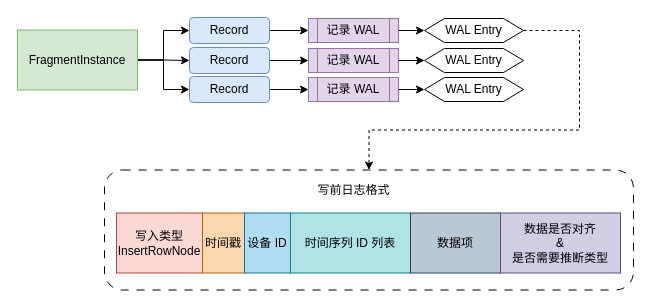
This is 设计图/原有WAL格式.drawio from THUMarkLau/thuthesis, a draw.io file, before an edit. Source tidied: cells renumbered, new cells numbered last; positions are measured from the earlier drawing's top-left corner, leaving out a move shared by most shapes. Both pictures are drawn from the tidied source at 100%, with x=0, y=0 at pixel (17, 17).
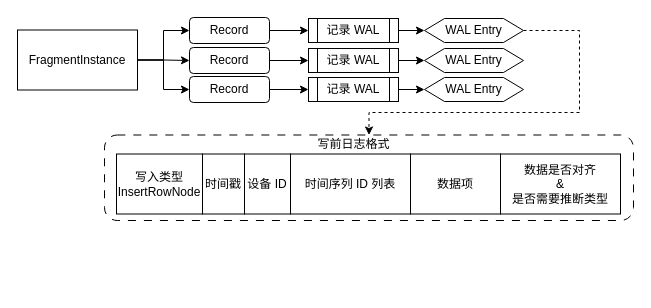
Above is the later version.

Unchanged cells that the change refers to:
```xml
<mxCell id="17" value="WAL Entry" style="shape=hexagon;perimeter=hexagonPerimeter2;whiteSpace=wrap;html=1;fixedSize=1;" parent="1" vertex="1">
  <mxGeometry x="407" y="1" width="99" height="24" as="geometry" />
</mxCell>
```

What changed in the source:
```diff
@@
     <mxCell id="2" style="rounded=1;whiteSpace=wrap;html=1;fillColor=none;dashed=1;dashPattern=8 8;" parent="1" vertex="1">
-      <mxGeometry x="87" y="152.5" width="529" height="120" as="geometry" />
+      <mxGeometry x="87" y="117.5" width="529" height="85.5" as="geometry" />
     </mxCell>
@@
-    <mxCell id="6" value="FragmentInstance" style="rounded=0;whiteSpace=wrap;html=1;fillColor=#d5e8d4;strokeColor=#82b366;" parent="1" vertex="1">
+    <mxCell id="6" value="FragmentInstance" style="rounded=0;whiteSpace=wrap;html=1;fillColor=none;strokeColor=#000000;" parent="1" vertex="1">
       <mxGeometry y="12.5" width="120" height="60" as="geometry" />
     </mxCell>
@@
-    <mxCell id="8" value="Record" style="rounded=1;whiteSpace=wrap;html=1;fillColor=#dae8fc;strokeColor=#6c8ebf;" parent="1" vertex="1">
+    <mxCell id="8" value="Record" style="rounded=1;whiteSpace=wrap;html=1;fillColor=none;strokeColor=#000000;" parent="1" vertex="1">
       <mxGeometry x="172" width="80" height="26" as="geometry" />
     </mxCell>
@@
-    <mxCell id="10" value="Record" style="rounded=1;whiteSpace=wrap;html=1;fillColor=#dae8fc;strokeColor=#6c8ebf;" parent="1" vertex="1">
+    <mxCell id="10" value="Record" style="rounded=1;whiteSpace=wrap;html=1;fillColor=none;strokeColor=#000000;" parent="1" vertex="1">
       <mxGeometry x="172" y="30" width="80" height="26" as="geometry" />
     </mxCell>
@@
-    <mxCell id="12" value="Record" style="rounded=1;whiteSpace=wrap;html=1;fillColor=#dae8fc;strokeColor=#6c8ebf;" parent="1" vertex="1">
+    <mxCell id="12" value="Record" style="rounded=1;whiteSpace=wrap;html=1;fillColor=none;strokeColor=#000000;gradientColor=default;" parent="1" vertex="1">
       <mxGeometry x="172" y="59" width="80" height="26" as="geometry" />
     </mxCell>
-    <mxCell id="13" value="记录 WAL" style="shape=process;whiteSpace=wrap;html=1;backgroundOutline=1;fillColor=#e1d5e7;strokeColor=#9673a6;" parent="1" vertex="1">
+    <mxCell id="13" value="记录 WAL" style="shape=process;whiteSpace=wrap;html=1;backgroundOutline=1;fillColor=none;strokeColor=#000000;" parent="1" vertex="1">
       <mxGeometry x="291" y="1" width="90" height="24" as="geometry" />
     </mxCell>
-    <mxCell id="14" value="记录 WAL" style="shape=process;whiteSpace=wrap;html=1;backgroundOutline=1;fillColor=#e1d5e7;strokeColor=#9673a6;" parent="1" vertex="1">
+    <mxCell id="14" value="记录 WAL" style="shape=process;whiteSpace=wrap;html=1;backgroundOutline=1;fillColor=none;strokeColor=#000000;" parent="1" vertex="1">
       <mxGeometry x="291" y="31" width="90" height="24" as="geometry" />
     </mxCell>
-    <mxCell id="15" value="记录 WAL" style="shape=process;whiteSpace=wrap;html=1;backgroundOutline=1;fillColor=#e1d5e7;strokeColor=#9673a6;" parent="1" vertex="1">
+    <mxCell id="15" value="记录 WAL" style="shape=process;whiteSpace=wrap;html=1;backgroundOutline=1;fillColor=none;strokeColor=#000000;" parent="1" vertex="1">
       <mxGeometry x="291" y="60" width="90" height="24" as="geometry" />
     </mxCell>
     <mxCell id="16" style="edgeStyle=orthogonalEdgeStyle;rounded=0;jettySize=auto;html=1;entryX=0.5;entryY=0;entryDx=0;entryDy=0;dashed=1;" parent="1" edge="1" source="17" target="2">
       <mxGeometry relative="1" as="geometry">
         <Array as="points">
-          <mxPoint x="562" y="13.5" />
-          <mxPoint x="562" y="112.5" />
-          <mxPoint x="352" y="112.5" />
+          <mxPoint x="562" y="13" />
+          <mxPoint x="562" y="95" />
+          <mxPoint x="352" y="95" />
         </Array>
       </mxGeometry>
     </mxCell>
@@
-    <mxCell id="23" value="写入类型&lt;br&gt;InsertRowNode" style="rounded=0;whiteSpace=wrap;html=1;fillColor=#fad9d5;strokeColor=#ae4132;" parent="1" vertex="1">
-      <mxGeometry x="99" y="195.5" width="86" height="60" as="geometry" />
+    <mxCell id="23" value="写入类型&lt;br&gt;InsertRowNode" style="rounded=0;whiteSpace=wrap;html=1;fillColor=none;strokeColor=#000000;" parent="1" vertex="1">
+      <mxGeometry x="99" y="136.5" width="86" height="60" as="geometry" />
     </mxCell>
-    <mxCell id="24" value="时间戳" style="rounded=0;whiteSpace=wrap;html=1;fillColor=#fad7ac;strokeColor=#b46504;" parent="1" vertex="1">
-      <mxGeometry x="185" y="195.5" width="42" height="60" as="geometry" />
+    <mxCell id="24" value="时间戳" style="rounded=0;whiteSpace=wrap;html=1;fillColor=none;strokeColor=#000000;" parent="1" vertex="1">
+      <mxGeometry x="185" y="136.5" width="42" height="60" as="geometry" />
     </mxCell>
-    <mxCell id="25" value="设备 ID" style="rounded=0;whiteSpace=wrap;html=1;fillColor=#b1ddf0;strokeColor=#10739e;" parent="1" vertex="1">
-      <mxGeometry x="227" y="195.5" width="46" height="60" as="geometry" />
+    <mxCell id="25" value="设备 ID" style="rounded=0;whiteSpace=wrap;html=1;fillColor=none;strokeColor=#000000;" parent="1" vertex="1">
+      <mxGeometry x="227" y="136.5" width="46" height="60" as="geometry" />
     </mxCell>
-    <mxCell id="26" value="时间序列 ID 列表" style="rounded=0;whiteSpace=wrap;html=1;fillColor=#b0e3e6;strokeColor=#0e8088;" parent="1" vertex="1">
-      <mxGeometry x="273" y="195.5" width="120" height="60" as="geometry" />
+    <mxCell id="26" value="时间序列 ID 列表" style="rounded=0;whiteSpace=wrap;html=1;fillColor=none;strokeColor=#000000;" parent="1" vertex="1">
+      <mxGeometry x="273" y="136.5" width="120" height="60" as="geometry" />
     </mxCell>
-    <mxCell id="27" value="数据项" style="rounded=0;whiteSpace=wrap;html=1;fillColor=#bac8d3;strokeColor=#23445d;" parent="1" vertex="1">
-      <mxGeometry x="393" y="195.5" width="90" height="60" as="geometry" />
+    <mxCell id="27" value="数据项" style="rounded=0;whiteSpace=wrap;html=1;fillColor=none;strokeColor=#000000;" parent="1" vertex="1">
+      <mxGeometry x="393" y="136.5" width="90" height="60" as="geometry" />
     </mxCell>
-    <mxCell id="28" value="数据是否对齐&lt;br&gt;&amp;amp;&lt;br&gt;是否需要推断类型" style="rounded=0;whiteSpace=wrap;html=1;fillColor=#d0cee2;strokeColor=#56517e;" parent="1" vertex="1">
-      <mxGeometry x="483" y="195.5" width="120" height="60" as="geometry" />
+    <mxCell id="28" value="数据是否对齐&lt;br&gt;&amp;amp;&lt;br&gt;是否需要推断类型" style="rounded=0;whiteSpace=wrap;html=1;fillColor=none;strokeColor=#000000;" parent="1" vertex="1">
+      <mxGeometry x="483" y="136.5" width="120" height="60" as="geometry" />
     </mxCell>
     <mxCell id="29" value="写前日志格式" style="text;html=1;align=center;verticalAlign=middle;strokeColor=none;fillColor=none;" parent="1" vertex="1">
-      <mxGeometry x="291" y="159.5" width="90" height="26" as="geometry" />
+      <mxGeometry x="291" y="113.5" width="90" height="26" as="geometry" />
     </mxCell>
```
